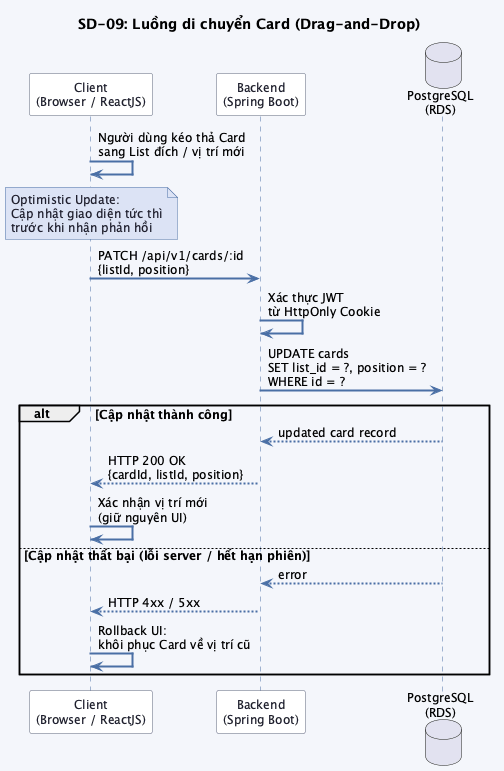
The PlantUML diagram src/images/chap3/sequence_sd09.png in trongnhan34vn/trello-report, before a commit.
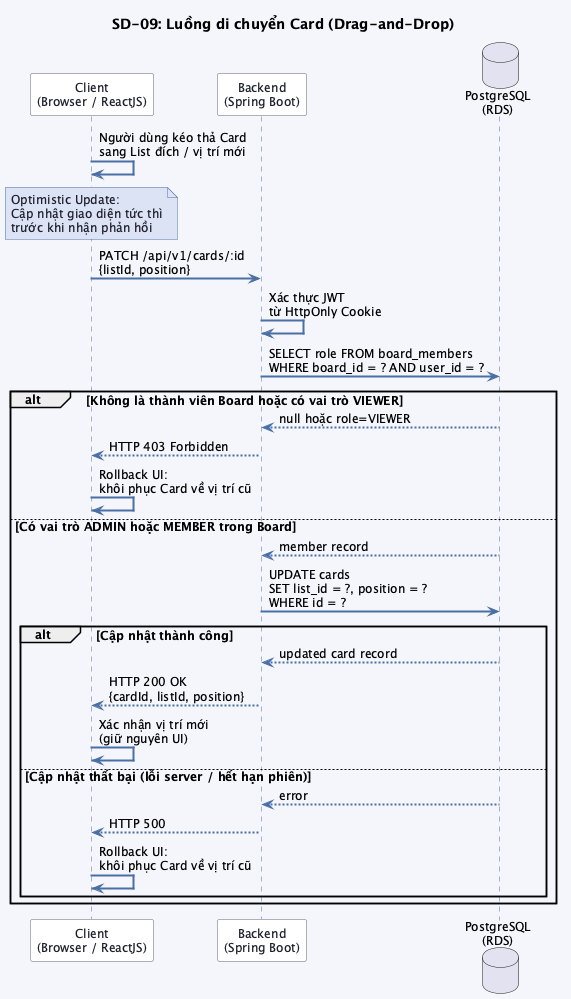
After the commit.

The edit, as a diff of the source:
```diff
@@ -28,16 +28,26 @@
 
 BACKEND -> BACKEND : Xác thực JWT\ntừ HttpOnly Cookie
 
-BACKEND -> DB : UPDATE cards\nSET list_id = ?, position = ?\nWHERE id = ?
+BACKEND -> DB : SELECT role FROM board_members\nWHERE board_id = ? AND user_id = ?
 
-alt Cập nhật thành công
-    DB --> BACKEND : updated card record
-    BACKEND --> CLIENT : HTTP 200 OK\n{cardId, listId, position}
-    CLIENT -> CLIENT : Xác nhận vị trí mới\n(giữ nguyên UI)
-else Cập nhật thất bại (lỗi server / hết hạn phiên)
-    DB --> BACKEND : error
-    BACKEND --> CLIENT : HTTP 4xx / 5xx
+alt Không là thành viên Board hoặc có vai trò VIEWER
+    DB --> BACKEND : null hoặc role=VIEWER
+    BACKEND --> CLIENT : HTTP 403 Forbidden
     CLIENT -> CLIENT : Rollback UI:\nkhôi phục Card về vị trí cũ
+else Có vai trò ADMIN hoặc MEMBER trong Board
+    DB --> BACKEND : member record
+
+    BACKEND -> DB : UPDATE cards\nSET list_id = ?, position = ?\nWHERE id = ?
+
+    alt Cập nhật thành công
+        DB --> BACKEND : updated card record
+        BACKEND --> CLIENT : HTTP 200 OK\n{cardId, listId, position}
+        CLIENT -> CLIENT : Xác nhận vị trí mới\n(giữ nguyên UI)
+    else Cập nhật thất bại (lỗi server / hết hạn phiên)
+        DB --> BACKEND : error
+        BACKEND --> CLIENT : HTTP 500
+        CLIENT -> CLIENT : Rollback UI:\nkhôi phục Card về vị trí cũ
+    end
 end
 
 @enduml
```
